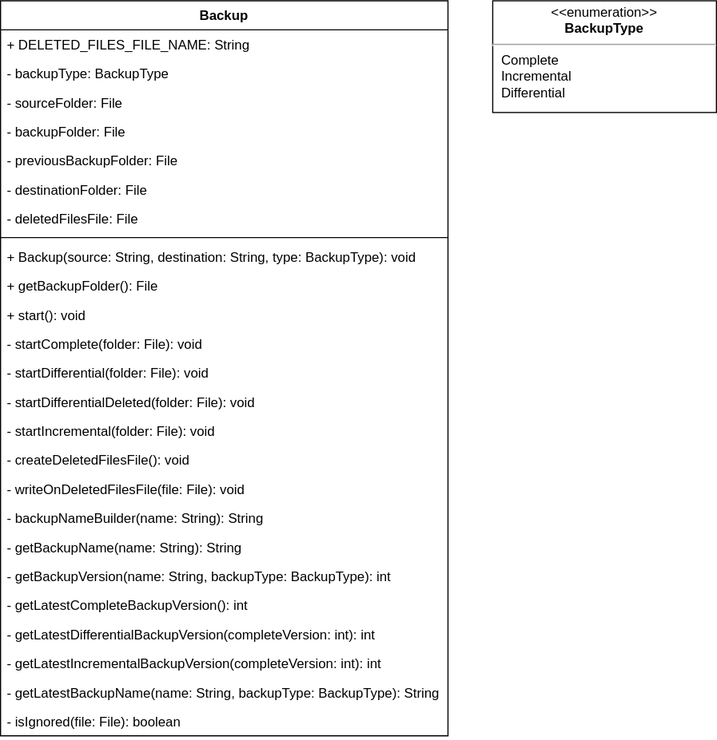
Earlier version of the draw.io export diagrams/classes.drawio.svg (MickTK/BackupSystem). Source tidied: cells renumbered, new cells last; positions are measured from the earlier drawing's top-left corner, leaving out a move shared by most shapes.
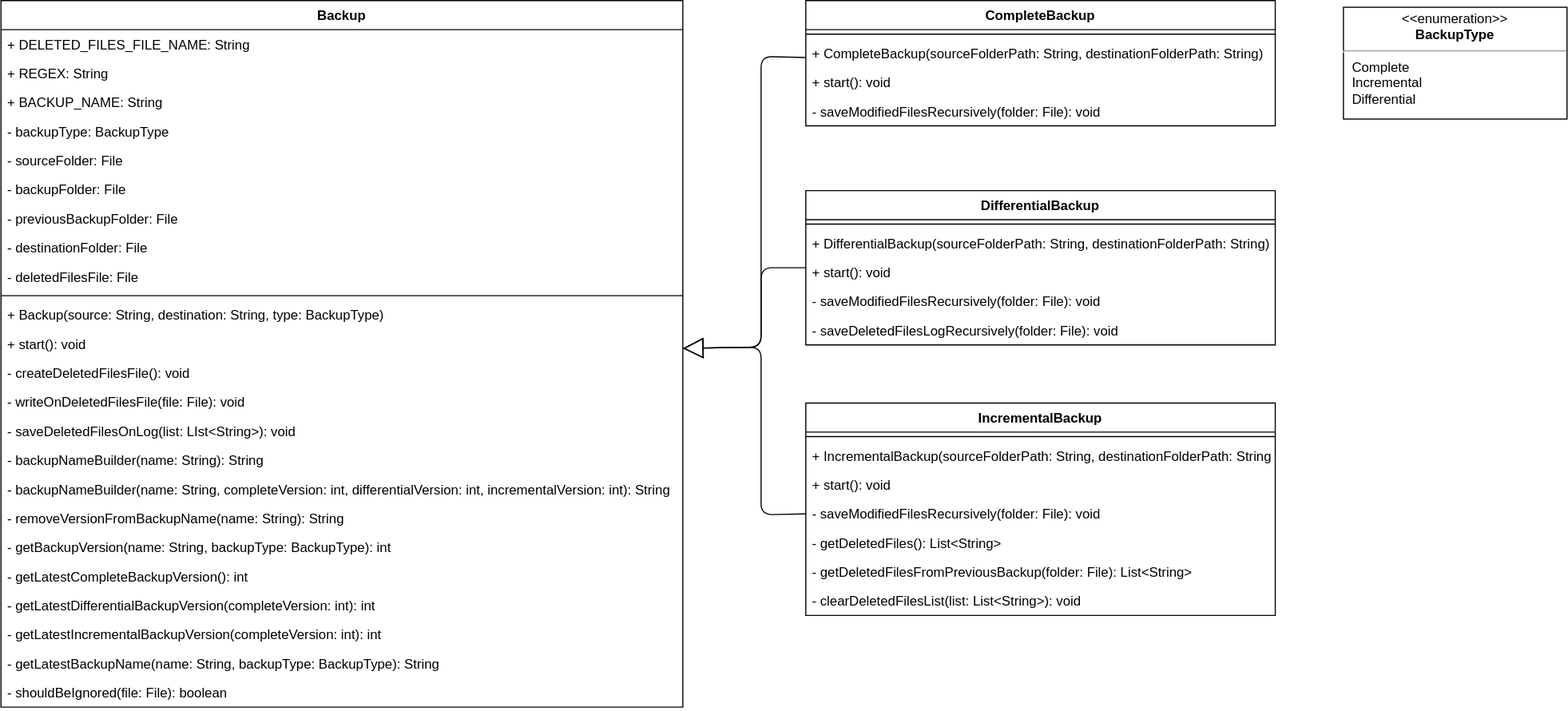
After the commit.

Diff of the diagram source:
```diff
@@ -3,85 +3,163 @@
     <mxCell id="0" />
     <mxCell id="1" parent="0" />
     <mxCell id="2" value="Backup" style="swimlane;fontStyle=1;align=center;verticalAlign=top;horizontal=1;startSize=26;" parent="1" vertex="1">
-      <mxGeometry width="400" height="658" as="geometry" />
+      <mxGeometry width="610" height="632" as="geometry" />
     </mxCell>
     <mxCell id="3" value="+ DELETED_FILES_FILE_NAME: String" style="text;strokeColor=none;fillColor=none;align=left;verticalAlign=top;spacingLeft=4;spacingRight=4;overflow=hidden;" parent="2" vertex="1">
-      <mxGeometry y="26" width="400" height="26" as="geometry" />
+      <mxGeometry y="26" width="610" height="26" as="geometry" />
     </mxCell>
+    <mxCell id="29" value="+ REGEX: String" style="text;strokeColor=none;fillColor=none;align=left;verticalAlign=top;spacingLeft=4;spacingRight=4;overflow=hidden;" parent="2" vertex="1">
+      <mxGeometry y="52" width="610" height="26" as="geometry" />
+    </mxCell>
+    <mxCell id="30" value="+ BACKUP_NAME: String" style="text;strokeColor=none;fillColor=none;align=left;verticalAlign=top;spacingLeft=4;spacingRight=4;overflow=hidden;" parent="2" vertex="1">
+      <mxGeometry y="78" width="610" height="26" as="geometry" />
+    </mxCell>
     <mxCell id="4" value="- backupType: BackupType" style="text;strokeColor=none;fillColor=none;align=left;verticalAlign=top;spacingLeft=4;spacingRight=4;overflow=hidden;" parent="2" vertex="1">
-      <mxGeometry y="52" width="400" height="26" as="geometry" />
+      <mxGeometry y="104" width="610" height="26" as="geometry" />
     </mxCell>
     <mxCell id="5" value="- sourceFolder: File" style="text;strokeColor=none;fillColor=none;align=left;verticalAlign=top;spacingLeft=4;spacingRight=4;overflow=hidden;" parent="2" vertex="1">
-      <mxGeometry y="78" width="400" height="26" as="geometry" />
+      <mxGeometry y="130" width="610" height="26" as="geometry" />
     </mxCell>
     <mxCell id="6" value="- backupFolder: File" style="text;strokeColor=none;fillColor=none;align=left;verticalAlign=top;spacingLeft=4;spacingRight=4;overflow=hidden;" parent="2" vertex="1">
-      <mxGeometry y="104" width="400" height="26" as="geometry" />
+      <mxGeometry y="156" width="610" height="26" as="geometry" />
     </mxCell>
     <mxCell id="7" value="- previousBackupFolder: File" style="text;strokeColor=none;fillColor=none;align=left;verticalAlign=top;spacingLeft=4;spacingRight=4;overflow=hidden;" parent="2" vertex="1">
-      <mxGeometry y="130" width="400" height="26" as="geometry" />
+      <mxGeometry y="182" width="610" height="26" as="geometry" />
     </mxCell>
     <mxCell id="8" value="- destinationFolder: File" style="text;strokeColor=none;fillColor=none;align=left;verticalAlign=top;spacingLeft=4;spacingRight=4;overflow=hidden;" parent="2" vertex="1">
-      <mxGeometry y="156" width="400" height="26" as="geometry" />
+      <mxGeometry y="208" width="610" height="26" as="geometry" />
     </mxCell>
     <mxCell id="9" value="- deletedFilesFile: File" style="text;strokeColor=none;fillColor=none;align=left;verticalAlign=top;spacingLeft=4;spacingRight=4;overflow=hidden;" parent="2" vertex="1">
-      <mxGeometry y="182" width="400" height="26" as="geometry" />
+      <mxGeometry y="234" width="610" height="26" as="geometry" />
     </mxCell>
     <mxCell id="10" style="line;strokeWidth=1;fillColor=none;align=left;verticalAlign=middle;spacingTop=-1;spacingLeft=3;spacingRight=3;labelPosition=right;strokeColor=inherit;" parent="2" vertex="1">
-      <mxGeometry y="208" width="400" height="8" as="geometry" />
+      <mxGeometry y="260" width="610" height="8" as="geometry" />
     </mxCell>
-    <mxCell id="11" value="+ Backup(source: String, destination: String, type: BackupType): void" style="text;strokeColor=none;fillColor=none;align=left;verticalAlign=top;spacingLeft=4;spacingRight=4;overflow=hidden;" parent="2" vertex="1">
-      <mxGeometry y="216" width="400" height="26" as="geometry" />
+    <mxCell id="11" value="+ Backup(source: String, destination: String, type: BackupType)" style="text;strokeColor=none;fillColor=none;align=left;verticalAlign=top;spacingLeft=4;spacingRight=4;overflow=hidden;" parent="2" vertex="1">
+      <mxGeometry y="268" width="610" height="26" as="geometry" />
     </mxCell>
-    <mxCell id="12" value="+ getBackupFolder(): File" style="text;strokeColor=none;fillColor=none;align=left;verticalAlign=top;spacingLeft=4;spacingRight=4;overflow=hidden;" parent="2" vertex="1">
-      <mxGeometry y="242" width="400" height="26" as="geometry" />
-    </mxCell>
     <mxCell id="13" value="+ start(): void" style="text;strokeColor=none;fillColor=none;align=left;verticalAlign=top;spacingLeft=4;spacingRight=4;overflow=hidden;" parent="2" vertex="1">
-      <mxGeometry y="268" width="400" height="26" as="geometry" />
+      <mxGeometry y="294" width="610" height="26" as="geometry" />
     </mxCell>
-    <mxCell id="14" value="- startComplete(folder: File): void" style="text;strokeColor=none;fillColor=none;align=left;verticalAlign=top;spacingLeft=4;spacingRight=4;overflow=hidden;" parent="2" vertex="1">
-      <mxGeometry y="294" width="400" height="26" as="geometry" />
-    </mxCell>
-    <mxCell id="15" value="- startDifferential(folder: File): void" style="text;strokeColor=none;fillColor=none;align=left;verticalAlign=top;spacingLeft=4;spacingRight=4;overflow=hidden;" parent="2" vertex="1">
-      <mxGeometry y="320" width="400" height="26" as="geometry" />
-    </mxCell>
-    <mxCell id="16" value="- startDifferentialDeleted(folder: File): void" style="text;strokeColor=none;fillColor=none;align=left;verticalAlign=top;spacingLeft=4;spacingRight=4;overflow=hidden;" parent="2" vertex="1">
-      <mxGeometry y="346" width="400" height="26" as="geometry" />
-    </mxCell>
-    <mxCell id="17" value="- startIncremental(folder: File): void" style="text;strokeColor=none;fillColor=none;align=left;verticalAlign=top;spacingLeft=4;spacingRight=4;overflow=hidden;" parent="2" vertex="1">
-      <mxGeometry y="372" width="400" height="26" as="geometry" />
-    </mxCell>
     <mxCell id="18" value="- createDeletedFilesFile(): void" style="text;strokeColor=none;fillColor=none;align=left;verticalAlign=top;spacingLeft=4;spacingRight=4;overflow=hidden;" parent="2" vertex="1">
-      <mxGeometry y="398" width="400" height="26" as="geometry" />
+      <mxGeometry y="320" width="610" height="26" as="geometry" />
     </mxCell>
     <mxCell id="19" value="- writeOnDeletedFilesFile(file: File): void" style="text;strokeColor=none;fillColor=none;align=left;verticalAlign=top;spacingLeft=4;spacingRight=4;overflow=hidden;" parent="2" vertex="1">
-      <mxGeometry y="424" width="400" height="26" as="geometry" />
+      <mxGeometry y="346" width="610" height="26" as="geometry" />
     </mxCell>
+    <mxCell id="31" value="- saveDeletedFilesOnLog(list: LIst&lt;String&gt;): void" style="text;strokeColor=none;fillColor=none;align=left;verticalAlign=top;spacingLeft=4;spacingRight=4;overflow=hidden;" parent="2" vertex="1">
+      <mxGeometry y="372" width="610" height="26" as="geometry" />
+    </mxCell>
     <mxCell id="20" value="- backupNameBuilder(name: String): String" style="text;strokeColor=none;fillColor=none;align=left;verticalAlign=top;spacingLeft=4;spacingRight=4;overflow=hidden;" parent="2" vertex="1">
-      <mxGeometry y="450" width="400" height="26" as="geometry" />
+      <mxGeometry y="398" width="610" height="26" as="geometry" />
     </mxCell>
+    <mxCell id="32" value="- backupNameBuilder(name: String, completeVersion: int, differentialVersion: int, incrementalVersion: int): String" style="text;strokeColor=none;fillColor=none;align=left;verticalAlign=top;spacingLeft=4;spacingRight=4;overflow=hidden;" parent="2" vertex="1">
+      <mxGeometry y="424" width="610" height="26" as="geometry" />
+    </mxCell>
-    <mxCell id="21" value="- getBackupName(name: String): String" style="text;strokeColor=none;fillColor=none;align=left;verticalAlign=top;spacingLeft=4;spacingRight=4;overflow=hidden;" parent="2" vertex="1">
-      <mxGeometry y="476" width="400" height="26" as="geometry" />
+    <mxCell id="21" value="- removeVersionFromBackupName(name: String): String" style="text;strokeColor=none;fillColor=none;align=left;verticalAlign=top;spacingLeft=4;spacingRight=4;overflow=hidden;" parent="2" vertex="1">
+      <mxGeometry y="450" width="610" height="26" as="geometry" />
     </mxCell>
     <mxCell id="22" value="- getBackupVersion(name: String, backupType: BackupType): int" style="text;strokeColor=none;fillColor=none;align=left;verticalAlign=top;spacingLeft=4;spacingRight=4;overflow=hidden;" parent="2" vertex="1">
-      <mxGeometry y="502" width="400" height="26" as="geometry" />
+      <mxGeometry y="476" width="610" height="26" as="geometry" />
     </mxCell>
     <mxCell id="23" value="- getLatestCompleteBackupVersion(): int" style="text;strokeColor=none;fillColor=none;align=left;verticalAlign=top;spacingLeft=4;spacingRight=4;overflow=hidden;" parent="2" vertex="1">
-      <mxGeometry y="528" width="400" height="26" as="geometry" />
+      <mxGeometry y="502" width="610" height="26" as="geometry" />
     </mxCell>
     <mxCell id="24" value="- getLatestDifferentialBackupVersion(completeVersion: int): int" style="text;strokeColor=none;fillColor=none;align=left;verticalAlign=top;spacingLeft=4;spacingRight=4;overflow=hidden;" parent="2" vertex="1">
-      <mxGeometry y="554" width="400" height="26" as="geometry" />
+      <mxGeometry y="528" width="610" height="26" as="geometry" />
     </mxCell>
     <mxCell id="25" value="- getLatestIncrementalBackupVersion(completeVersion: int): int" style="text;strokeColor=none;fillColor=none;align=left;verticalAlign=top;spacingLeft=4;spacingRight=4;overflow=hidden;" parent="2" vertex="1">
-      <mxGeometry y="580" width="400" height="26" as="geometry" />
+      <mxGeometry y="554" width="610" height="26" as="geometry" />
     </mxCell>
     <mxCell id="26" value="- getLatestBackupName(name: String, backupType: BackupType): String" style="text;strokeColor=none;fillColor=none;align=left;verticalAlign=top;spacingLeft=4;spacingRight=4;overflow=hidden;" parent="2" vertex="1">
-      <mxGeometry y="606" width="400" height="26" as="geometry" />
+      <mxGeometry y="580" width="610" height="26" as="geometry" />
     </mxCell>
-    <mxCell id="27" value="- isIgnored(file: File): boolean" style="text;strokeColor=none;fillColor=none;align=left;verticalAlign=top;spacingLeft=4;spacingRight=4;overflow=hidden;" parent="2" vertex="1">
-      <mxGeometry y="632" width="400" height="26" as="geometry" />
+    <mxCell id="27" value="- shouldBeIgnored(file: File): boolean" style="text;strokeColor=none;fillColor=none;align=left;verticalAlign=top;spacingLeft=4;spacingRight=4;overflow=hidden;" parent="2" vertex="1">
+      <mxGeometry y="606" width="610" height="26" as="geometry" />
     </mxCell>
     <mxCell id="28" value="&lt;p style=&quot;margin:0px;margin-top:4px;text-align:center;&quot;&gt;&amp;lt;&amp;lt;enumeration&amp;gt;&amp;gt;&lt;br&gt;&lt;b&gt;BackupType&lt;/b&gt;&lt;/p&gt;&lt;hr&gt;&lt;p style=&quot;margin:0px;margin-left:8px;text-align:left;&quot;&gt;Complete&lt;/p&gt;&lt;p style=&quot;margin:0px;margin-left:8px;text-align:left;&quot;&gt;Incremental&lt;/p&gt;&lt;p style=&quot;margin:0px;margin-left:8px;text-align:left;&quot;&gt;Differential&lt;br&gt;&lt;/p&gt;" style="shape=rect;html=1;overflow=fill;whiteSpace=wrap;" parent="1" vertex="1">
-      <mxGeometry x="440" width="200" height="100" as="geometry" />
+      <mxGeometry x="1201" y="6" width="200" height="100" as="geometry" />
     </mxCell>
+    <mxCell id="33" value="CompleteBackup" style="swimlane;fontStyle=1;align=center;verticalAlign=top;horizontal=1;startSize=26;" parent="1" vertex="1">
+      <mxGeometry x="720" width="420" height="112" as="geometry" />
+    </mxCell>
+    <mxCell id="34" style="line;strokeWidth=1;fillColor=none;align=left;verticalAlign=middle;spacingTop=-1;spacingLeft=3;spacingRight=3;labelPosition=right;strokeColor=inherit;" parent="33" vertex="1">
+      <mxGeometry y="26" width="420" height="8" as="geometry" />
+    </mxCell>
+    <mxCell id="35" value="+ CompleteBackup(sourceFolderPath: String, destinationFolderPath: String)" style="text;strokeColor=none;fillColor=none;align=left;verticalAlign=top;spacingLeft=4;spacingRight=4;overflow=hidden;" parent="33" vertex="1">
+      <mxGeometry y="34" width="420" height="26" as="geometry" />
+    </mxCell>
+    <mxCell id="36" value="+ start(): void" style="text;strokeColor=none;fillColor=none;align=left;verticalAlign=top;spacingLeft=4;spacingRight=4;overflow=hidden;" parent="33" vertex="1">
+      <mxGeometry y="60" width="420" height="26" as="geometry" />
+    </mxCell>
+    <mxCell id="37" value="- saveModifiedFilesRecursively(folder: File): void" style="text;strokeColor=none;fillColor=none;align=left;verticalAlign=top;spacingLeft=4;spacingRight=4;overflow=hidden;" parent="33" vertex="1">
+      <mxGeometry y="86" width="420" height="26" as="geometry" />
+    </mxCell>
+    <mxCell id="38" value="DifferentialBackup" style="swimlane;fontStyle=1;align=center;verticalAlign=top;horizontal=1;startSize=26;" parent="1" vertex="1">
+      <mxGeometry x="720" y="170" width="420" height="138" as="geometry" />
+    </mxCell>
+    <mxCell id="39" style="line;strokeWidth=1;fillColor=none;align=left;verticalAlign=middle;spacingTop=-1;spacingLeft=3;spacingRight=3;labelPosition=right;strokeColor=inherit;" parent="38" vertex="1">
+      <mxGeometry y="26" width="420" height="8" as="geometry" />
+    </mxCell>
+    <mxCell id="40" value="+ DifferentialBackup(sourceFolderPath: String, destinationFolderPath: String)" style="text;strokeColor=none;fillColor=none;align=left;verticalAlign=top;spacingLeft=4;spacingRight=4;overflow=hidden;" parent="38" vertex="1">
+      <mxGeometry y="34" width="420" height="26" as="geometry" />
+    </mxCell>
+    <mxCell id="41" value="+ start(): void" style="text;strokeColor=none;fillColor=none;align=left;verticalAlign=top;spacingLeft=4;spacingRight=4;overflow=hidden;" parent="38" vertex="1">
+      <mxGeometry y="60" width="420" height="26" as="geometry" />
+    </mxCell>
+    <mxCell id="42" value="- saveModifiedFilesRecursively(folder: File): void" style="text;strokeColor=none;fillColor=none;align=left;verticalAlign=top;spacingLeft=4;spacingRight=4;overflow=hidden;" parent="38" vertex="1">
+      <mxGeometry y="86" width="420" height="26" as="geometry" />
+    </mxCell>
+    <mxCell id="43" value="- saveDeletedFilesLogRecursively(folder: File): void" style="text;strokeColor=none;fillColor=none;align=left;verticalAlign=top;spacingLeft=4;spacingRight=4;overflow=hidden;" parent="38" vertex="1">
+      <mxGeometry y="112" width="420" height="26" as="geometry" />
+    </mxCell>
+    <mxCell id="44" value="IncrementalBackup" style="swimlane;fontStyle=1;align=center;verticalAlign=top;horizontal=1;startSize=26;" parent="1" vertex="1">
+      <mxGeometry x="720" y="360" width="420" height="190" as="geometry" />
+    </mxCell>
+    <mxCell id="45" style="line;strokeWidth=1;fillColor=none;align=left;verticalAlign=middle;spacingTop=-1;spacingLeft=3;spacingRight=3;labelPosition=right;strokeColor=inherit;" parent="44" vertex="1">
+      <mxGeometry y="26" width="420" height="8" as="geometry" />
+    </mxCell>
+    <mxCell id="46" value="+ IncrementalBackup(sourceFolderPath: String, destinationFolderPath: String)" style="text;strokeColor=none;fillColor=none;align=left;verticalAlign=top;spacingLeft=4;spacingRight=4;overflow=hidden;" parent="44" vertex="1">
+      <mxGeometry y="34" width="420" height="26" as="geometry" />
+    </mxCell>
+    <mxCell id="47" value="+ start(): void" style="text;strokeColor=none;fillColor=none;align=left;verticalAlign=top;spacingLeft=4;spacingRight=4;overflow=hidden;" parent="44" vertex="1">
+      <mxGeometry y="60" width="420" height="26" as="geometry" />
+    </mxCell>
+    <mxCell id="48" value="- saveModifiedFilesRecursively(folder: File): void" style="text;strokeColor=none;fillColor=none;align=left;verticalAlign=top;spacingLeft=4;spacingRight=4;overflow=hidden;" parent="44" vertex="1">
+      <mxGeometry y="86" width="420" height="26" as="geometry" />
+    </mxCell>
+    <mxCell id="49" value="- getDeletedFiles(): List&lt;String&gt;" style="text;strokeColor=none;fillColor=none;align=left;verticalAlign=top;spacingLeft=4;spacingRight=4;overflow=hidden;" parent="44" vertex="1">
+      <mxGeometry y="112" width="420" height="26" as="geometry" />
+    </mxCell>
+    <mxCell id="50" value="- getDeletedFilesFromPreviousBackup(folder: File): List&lt;String&gt;" style="text;strokeColor=none;fillColor=none;align=left;verticalAlign=top;spacingLeft=4;spacingRight=4;overflow=hidden;" parent="44" vertex="1">
+      <mxGeometry y="138" width="420" height="26" as="geometry" />
+    </mxCell>
+    <mxCell id="51" value="- clearDeletedFilesList(list: List&lt;String&gt;): void" style="text;strokeColor=none;fillColor=none;align=left;verticalAlign=top;spacingLeft=4;spacingRight=4;overflow=hidden;" parent="44" vertex="1">
+      <mxGeometry y="164" width="420" height="26" as="geometry" />
+    </mxCell>
+    <mxCell id="52" style="endArrow=block;endSize=16;endFill=0;html=1;" parent="1" edge="1" source="33" target="2">
+      <mxGeometry relative="1" as="geometry">
+        <Array as="points">
+          <mxPoint x="680" y="50" />
+          <mxPoint x="680" y="310" />
+        </Array>
+      </mxGeometry>
+    </mxCell>
+    <mxCell id="53" style="endArrow=block;endSize=16;endFill=0;html=1;" parent="1" edge="1" source="38" target="2">
+      <mxGeometry relative="1" as="geometry">
+        <Array as="points">
+          <mxPoint x="680" y="239" />
+          <mxPoint x="680" y="310" />
+        </Array>
+      </mxGeometry>
+    </mxCell>
+    <mxCell id="54" style="endArrow=block;endSize=16;endFill=0;html=1;" parent="1" edge="1" source="44" target="2">
+      <mxGeometry relative="1" as="geometry">
+        <Array as="points">
+          <mxPoint x="680" y="460" />
+          <mxPoint x="680" y="310" />
+        </Array>
+      </mxGeometry>
+    </mxCell>
   </root>
 </mxGraphModel>
```
